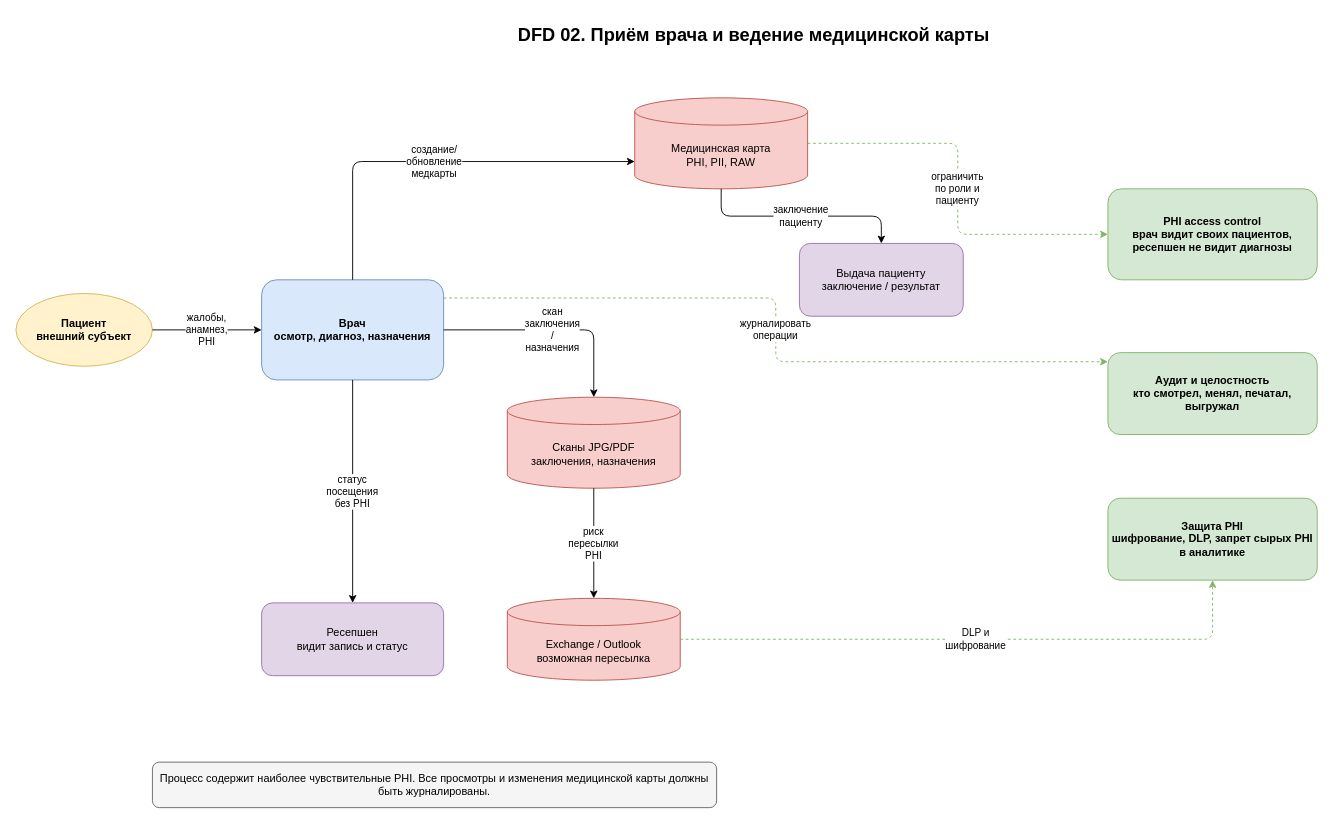
Above: Task1/dfd/02-medical-appointment.drawio in astandrik/architecture-medikamente (draw.io), before the change. Source tidied: cells renumbered, new cells numbered last; positions are measured from the earlier drawing's top-left corner, leaving out a move shared by most shapes. Both pictures are drawn from the tidied source at 91%, with x=0, y=0 at pixel (15, 15).
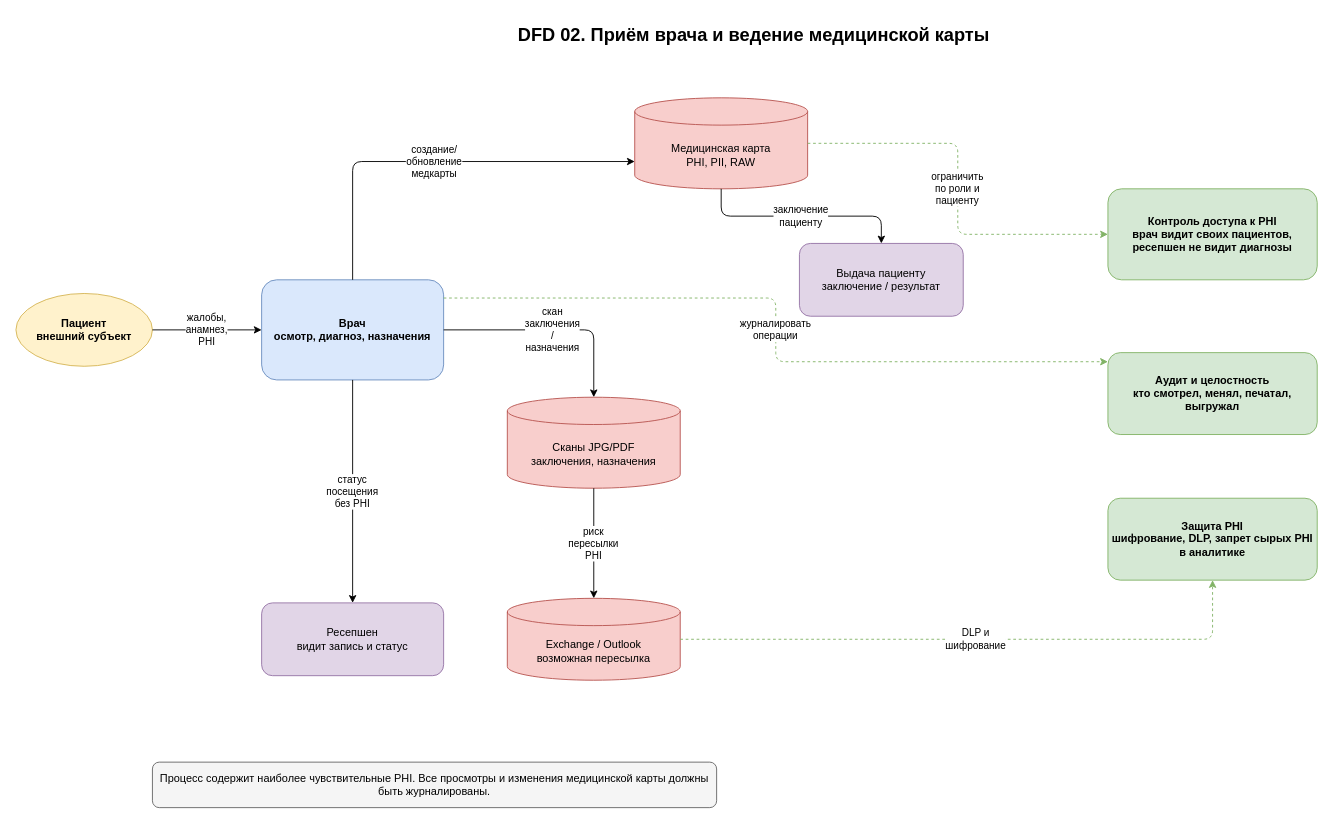
Above is the later version.

The edit, as a diff of the source:
```diff
@@
-    <mxCell id="10" value="PHI access control&lt;br&gt;врач видит своих пациентов, ресепшен не видит диагнозы" style="rounded=1;html=1;whiteSpace=wrap;fillColor=#d5e8d4;strokeColor=#82b366;fontStyle=1;" parent="1" vertex="1">
+    <mxCell id="10" value="Контроль доступа к PHI&lt;br&gt;врач видит своих пациентов, ресепшен не видит диагнозы" style="rounded=1;html=1;whiteSpace=wrap;fillColor=#d5e8d4;strokeColor=#82b366;fontStyle=1;" parent="1" vertex="1">
       <mxGeometry x="1200" y="190" width="230" height="100" as="geometry" />
     </mxCell>
```
